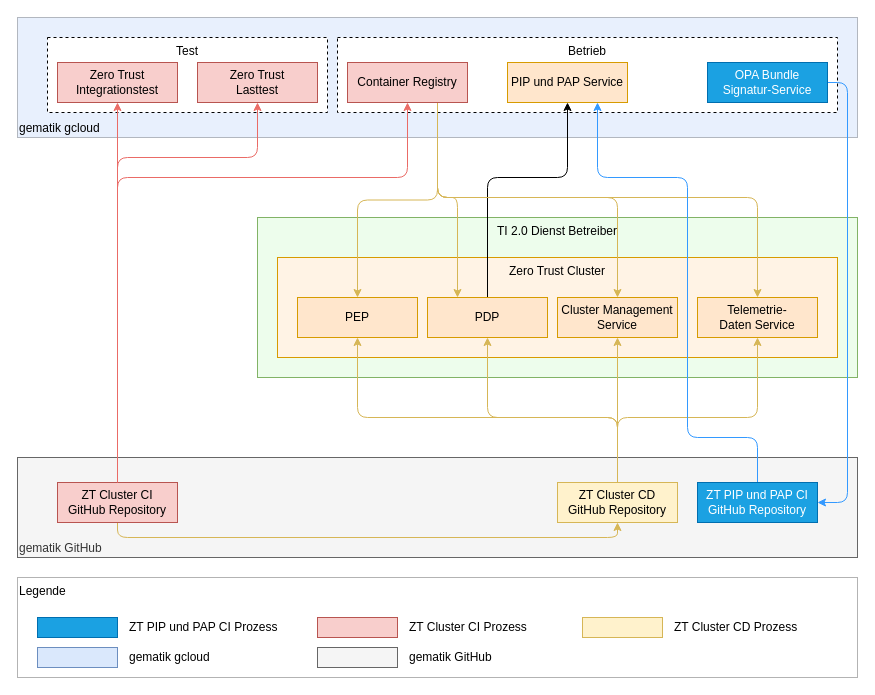
Above: src/drawio/Zero-Trust_CI-CD_Overview.drawio in gematik/spec-t20r (draw.io), before the change. Source tidied: cells renumbered, new cells numbered last; positions are measured from the earlier drawing's top-left corner, leaving out a move shared by most shapes. Both pictures are drawn from the tidied source at 100%, with x=0, y=0 at pixel (17, 17).
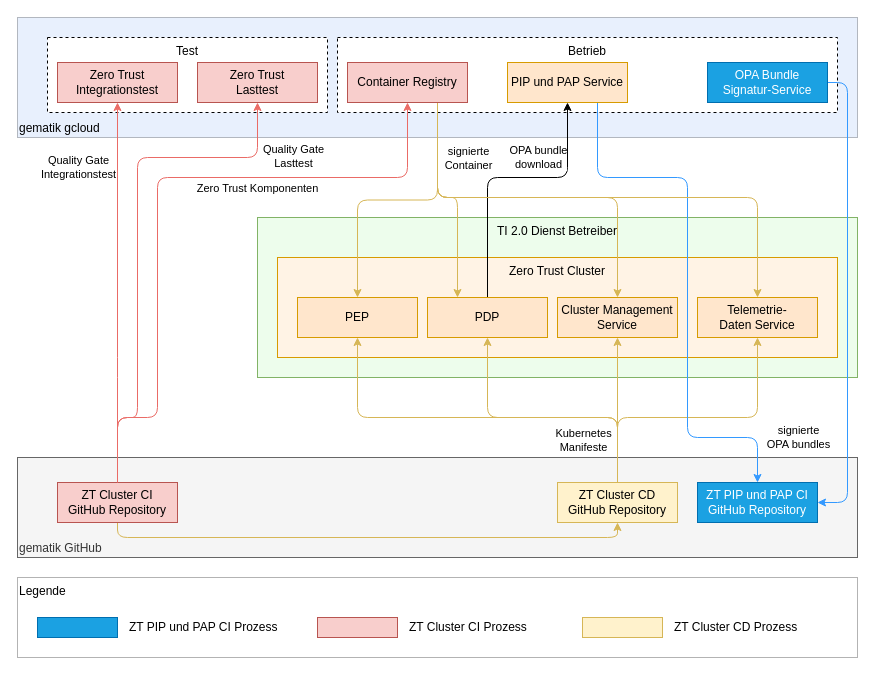
The same page after the edit.

The change refers to these unchanged cells:
```xml
<mxCell id="10" style="edgeStyle=orthogonalEdgeStyle;rounded=1;jettySize=auto;html=1;entryX=0.5;entryY=1;entryDx=0;entryDy=0;curved=0;" parent="1" edge="1" source="11" target="32">
  <mxGeometry relative="1" as="geometry">
    <Array as="points">
      <mxPoint x="470" y="160" />
      <mxPoint x="550" y="160" />
    </Array>
  </mxGeometry>
</mxCell>
<mxCell id="16" value="&lt;div&gt;ZT Cluster CI&lt;/div&gt;&lt;div&gt;GitHub Repository&lt;/div&gt;" style="rounded=0;whiteSpace=wrap;html=1;fillColor=#f8cecc;strokeColor=#b85450;" parent="1" vertex="1">
  <mxGeometry x="40" y="465" width="120" height="40" as="geometry" />
</mxCell>
<mxCell id="20" style="edgeStyle=orthogonalEdgeStyle;rounded=1;jettySize=auto;html=1;entryX=0.5;entryY=1;entryDx=0;entryDy=0;curved=0;fillColor=#fff2cc;strokeColor=#d6b656;" parent="1" edge="1" source="21" target="12">
  <mxGeometry relative="1" as="geometry">
    <Array as="points">
      <mxPoint x="600" y="400" />
      <mxPoint x="740" y="400" />
    </Array>
  </mxGeometry>
</mxCell>
<mxCell id="32" value="PIP und PAP Service" style="rounded=0;whiteSpace=wrap;html=1;fillColor=#ffe6cc;strokeColor=#d79b00;" parent="1" vertex="1">
  <mxGeometry x="490" y="45" width="120" height="40" as="geometry" />
</mxCell>
<mxCell id="37" style="edgeStyle=orthogonalEdgeStyle;rounded=1;jettySize=auto;html=1;entryX=0.5;entryY=0;entryDx=0;entryDy=0;exitX=0.75;exitY=1;exitDx=0;exitDy=0;curved=0;fillColor=#fff2cc;strokeColor=#d6b656;" parent="1" edge="1" source="38" target="12">
  <mxGeometry relative="1" as="geometry">
    <Array as="points">
      <mxPoint x="420" y="180" />
      <mxPoint x="740" y="180" />
    </Array>
  </mxGeometry>
</mxCell>
<mxCell id="38" value="Container Registry" style="rounded=0;whiteSpace=wrap;html=1;fillColor=#f8cecc;strokeColor=#b85450;" parent="1" vertex="1">
  <mxGeometry x="330" y="45" width="120" height="40" as="geometry" />
</mxCell>
<mxCell id="39" value="&lt;div&gt;Zero Trust&lt;/div&gt;&lt;div&gt;Lasttest&lt;/div&gt;" style="rounded=0;whiteSpace=wrap;html=1;fillColor=#f8cecc;strokeColor=#b85450;" parent="1" vertex="1">
  <mxGeometry x="180" y="45" width="120" height="40" as="geometry" />
</mxCell>
<mxCell id="41" style="edgeStyle=orthogonalEdgeStyle;rounded=1;jettySize=auto;html=1;entryX=0.5;entryY=1;entryDx=0;entryDy=0;curved=0;strokeColor=#EA6B66;" parent="1" edge="1" source="16" target="33">
  <mxGeometry relative="1" as="geometry">
    <Array as="points">
      <mxPoint x="100" y="350" />
      <mxPoint x="100" y="350" />
    </Array>
  </mxGeometry>
</mxCell>
<mxCell id="43" value="&lt;div&gt;ZT PIP und PAP CI&lt;/div&gt;&lt;div&gt;GitHub Repository&lt;/div&gt;" style="rounded=0;whiteSpace=wrap;html=1;fillColor=#1ba1e2;strokeColor=#006EAF;fontColor=#ffffff;" parent="1" vertex="1">
  <mxGeometry x="680" y="465" width="120" height="40" as="geometry" />
</mxCell>
```

What changed in the source:
```diff
@@
     <mxCell id="5" value="Legende" style="rounded=0;whiteSpace=wrap;html=1;align=left;verticalAlign=top;strokeColor=#B3B3B3;" parent="1" vertex="1">
-      <mxGeometry y="560" width="840" height="100" as="geometry" />
+      <mxGeometry y="560" width="840" height="80" as="geometry" />
     </mxCell>
@@
+    <mxCell id="47" value="OPA bundle&lt;div&gt;download&lt;/div&gt;" style="edgeLabel;html=1;align=center;verticalAlign=middle;" parent="10" vertex="1">
+      <mxGeometry x="0.61" y="-2" relative="1" as="geometry">
+        <mxPoint x="-32" as="offset" />
+      </mxGeometry>
+    </mxCell>
@@
     <mxCell id="14" style="edgeStyle=orthogonalEdgeStyle;rounded=1;jettySize=auto;html=1;entryX=0.5;entryY=1;entryDx=0;entryDy=0;curved=0;exitX=0.5;exitY=0;exitDx=0;exitDy=0;strokeColor=#EA6B66;" parent="1" edge="1" source="16" target="39">
       <mxGeometry relative="1" as="geometry">
         <Array as="points">
-          <mxPoint x="100" y="140" />
+          <mxPoint x="100" y="400" />
+          <mxPoint x="120" y="400" />
+          <mxPoint x="120" y="140" />
           <mxPoint x="240" y="140" />
         </Array>
       </mxGeometry>
     </mxCell>
+    <mxCell id="48" value="Quality Gate&lt;div&gt;Lasttest&lt;/div&gt;" style="edgeLabel;html=1;align=center;verticalAlign=middle;" parent="14" vertex="1">
+      <mxGeometry x="0.83" y="2" relative="1" as="geometry">
+        <mxPoint x="37" y="9" as="offset" />
+      </mxGeometry>
+    </mxCell>
@@
+    <mxCell id="49" value="Kubernetes&lt;div&gt;Manifeste&lt;/div&gt;" style="edgeLabel;html=1;align=center;verticalAlign=middle;" parent="20" vertex="1">
+      <mxGeometry x="-0.7" relative="1" as="geometry">
+        <mxPoint x="-35" as="offset" />
+      </mxGeometry>
+    </mxCell>
@@
-    <mxCell id="24" style="rounded=0;whiteSpace=wrap;html=1;fillColor=#dae8fc;strokeColor=#6c8ebf;" parent="1" vertex="1">
-      <mxGeometry x="20" y="630" width="80" height="20" as="geometry" />
-    </mxCell>
-    <mxCell id="25" value="gematik gcloud" style="text;html=1;align=left;verticalAlign=middle;whiteSpace=wrap;rounded=0;" parent="1" vertex="1">
-      <mxGeometry x="110" y="630" width="130" height="20" as="geometry" />
-    </mxCell>
-    <mxCell id="26" style="rounded=0;whiteSpace=wrap;html=1;fillColor=#f5f5f5;strokeColor=#666666;fontColor=#333333;" parent="1" vertex="1">
-      <mxGeometry x="300" y="630" width="80" height="20" as="geometry" />
-    </mxCell>
-    <mxCell id="27" value="gematik GitHub" style="text;html=1;align=left;verticalAlign=middle;whiteSpace=wrap;rounded=0;" parent="1" vertex="1">
-      <mxGeometry x="390" y="630" width="130" height="20" as="geometry" />
-    </mxCell>
@@
+    <mxCell id="50" style="edgeStyle=orthogonalEdgeStyle;rounded=1;jettySize=auto;html=1;entryX=0.5;entryY=0;entryDx=0;entryDy=0;curved=0;strokeColor=#3399FF;" parent="1" edge="1" source="32" target="43">
+      <mxGeometry relative="1" as="geometry">
+        <Array as="points">
+          <mxPoint x="580" y="160" />
+          <mxPoint x="670" y="160" />
+          <mxPoint x="670" y="420" />
+          <mxPoint x="740" y="420" />
+        </Array>
+      </mxGeometry>
+    </mxCell>
+    <mxCell id="51" value="signierte&lt;div&gt;OPA bundles&lt;/div&gt;" style="edgeLabel;html=1;align=center;verticalAlign=middle;" parent="50" vertex="1">
+      <mxGeometry x="0.86" y="-2" relative="1" as="geometry">
+        <mxPoint x="42" y="-8" as="offset" />
+      </mxGeometry>
+    </mxCell>
@@
+    <mxCell id="52" value="signierte&lt;div&gt;Container&lt;/div&gt;" style="edgeLabel;html=1;align=center;verticalAlign=middle;" parent="37" vertex="1">
+      <mxGeometry x="-0.78" relative="1" as="geometry">
+        <mxPoint x="30" y="-2" as="offset" />
+      </mxGeometry>
+    </mxCell>
@@
-    <mxCell id="40" style="edgeStyle=orthogonalEdgeStyle;rounded=1;jettySize=auto;html=1;entryX=0.5;entryY=1;entryDx=0;entryDy=0;curved=0;strokeColor=#EA6B66;" parent="1" edge="1" source="16" target="38">
+    <mxCell id="40" style="edgeStyle=orthogonalEdgeStyle;rounded=1;jettySize=auto;html=1;entryX=0.5;entryY=1;entryDx=0;entryDy=0;curved=0;strokeColor=#EA6B66;exitX=0.5;exitY=0;exitDx=0;exitDy=0;" parent="1" edge="1" source="16" target="38">
       <mxGeometry relative="1" as="geometry">
         <Array as="points">
-          <mxPoint x="100" y="160" />
+          <mxPoint x="100" y="400" />
+          <mxPoint x="140" y="400" />
+          <mxPoint x="140" y="160" />
           <mxPoint x="390" y="160" />
         </Array>
       </mxGeometry>
     </mxCell>
+    <mxCell id="53" value="Zero Trust Komponenten" style="edgeLabel;html=1;align=center;verticalAlign=middle;" parent="40" vertex="1">
+      <mxGeometry x="0.27" y="-3" relative="1" as="geometry">
+        <mxPoint x="19" y="7" as="offset" />
+      </mxGeometry>
+    </mxCell>
@@
-    <mxCell id="42" style="edgeStyle=orthogonalEdgeStyle;rounded=1;jettySize=auto;html=1;entryX=0.75;entryY=1;entryDx=0;entryDy=0;strokeColor=#3399FF;curved=0;exitX=0.5;exitY=0;exitDx=0;exitDy=0;" parent="1" edge="1" source="43" target="32">
-      <mxGeometry relative="1" as="geometry">
-        <Array as="points">
-          <mxPoint x="740" y="420" />
-          <mxPoint x="670" y="420" />
-          <mxPoint x="670" y="160" />
-          <mxPoint x="580" y="160" />
-        </Array>
-      </mxGeometry>
-    </mxCell>
+    <mxCell id="54" value="Quality Gate&lt;div&gt;Integrationstest&lt;/div&gt;" style="edgeLabel;html=1;align=center;verticalAlign=middle;" parent="41" vertex="1">
+      <mxGeometry x="0.78" y="1" relative="1" as="geometry">
+        <mxPoint x="-39" y="22" as="offset" />
+      </mxGeometry>
+    </mxCell>
```
